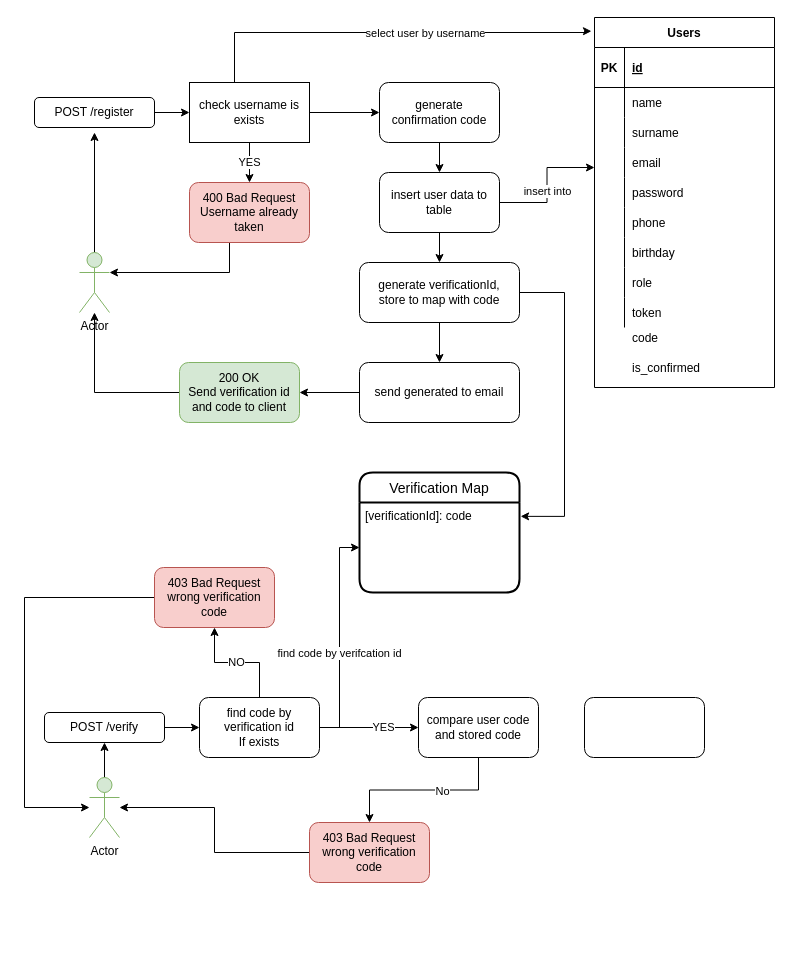
DATA-Juniors/specifications keeps this draw.io diagram as Faveo/API Specification/Диаграмма без названия.drawio. Above is the earlier version. Source tidied: cells renumbered, new cells numbered last; positions are measured from the earlier drawing's top-left corner, leaving out a move shared by most shapes. Both pictures are drawn from the tidied source at 100%, with x=0, y=0 at pixel (24, 17).
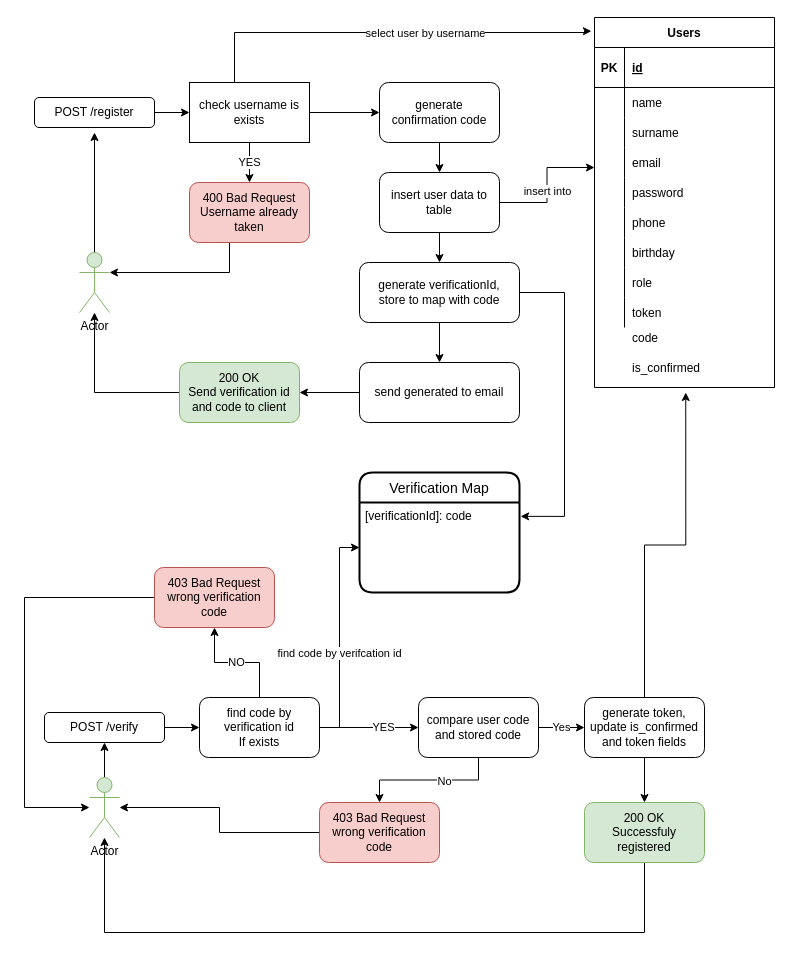
Above is the later version.

Unchanged cells that the change refers to:
```xml
<mxCell id="47" style="shape=tableRow;horizontal=0;startSize=0;swimlaneHead=0;swimlaneBody=0;fillColor=none;points=[[0,0.5],[1,0.5]];portConstraint=eastwest;top=0;left=0;right=0;bottom=0;" parent="1" vertex="1">
  <mxGeometry x="570" y="345" width="180" height="30" as="geometry" />
</mxCell>
<mxCell id="59" value="Actor" style="shape=umlActor;verticalLabelPosition=bottom;verticalAlign=top;html=1;outlineConnect=0;fillColor=#d5e8d4;strokeColor=#82b366;" parent="1" vertex="1">
  <mxGeometry x="65" y="760" width="30" height="60" as="geometry" />
</mxCell>
<mxCell id="72" value="compare user code and stored code" style="rounded=1;whiteSpace=wrap;html=1;" parent="1" vertex="1">
  <mxGeometry x="394" y="680" width="120" height="60" as="geometry" />
</mxCell>
```

Change to the diagram source:
```diff
@@
+    <mxCell id="78" value="Yes" style="edgeStyle=orthogonalEdgeStyle;rounded=0;jettySize=auto;html=1;entryX=0;entryY=0.5;entryDx=0;entryDy=0;" parent="1" edge="1" source="72" target="77">
+      <mxGeometry relative="1" as="geometry" />
+    </mxCell>
@@
     <mxCell id="76" value="403 Bad Request&lt;br style=&quot;border-color: var(--border-color);&quot;&gt;wrong verification code" style="rounded=1;whiteSpace=wrap;html=1;fillColor=#f8cecc;strokeColor=#b85450;" parent="1" vertex="1">
-      <mxGeometry x="285" y="805" width="120" height="60" as="geometry" />
+      <mxGeometry x="295" y="785" width="120" height="60" as="geometry" />
     </mxCell>
+    <mxCell id="79" style="edgeStyle=orthogonalEdgeStyle;rounded=0;jettySize=auto;html=1;entryX=0.507;entryY=1;entryDx=0;entryDy=0;entryPerimeter=0;" parent="1" edge="1" source="77" target="47">
+      <mxGeometry relative="1" as="geometry" />
+    </mxCell>
+    <mxCell id="80" style="edgeStyle=orthogonalEdgeStyle;rounded=0;jettySize=auto;html=1;entryX=0.5;entryY=0;entryDx=0;entryDy=0;" parent="1" edge="1" source="77" target="82">
+      <mxGeometry relative="1" as="geometry" />
+    </mxCell>
-    <mxCell id="77" style="rounded=1;whiteSpace=wrap;html=1;" parent="1" vertex="1">
+    <mxCell id="77" value="generate token, update is_confirmed and token fields" style="rounded=1;whiteSpace=wrap;html=1;" parent="1" vertex="1">
       <mxGeometry x="560" y="680" width="120" height="60" as="geometry" />
     </mxCell>
+    <mxCell id="81" style="edgeStyle=orthogonalEdgeStyle;rounded=0;jettySize=auto;html=1;" parent="1" edge="1" source="82" target="59">
+      <mxGeometry relative="1" as="geometry">
+        <Array as="points">
+          <mxPoint x="620" y="915" />
+          <mxPoint x="80" y="915" />
+        </Array>
+      </mxGeometry>
+    </mxCell>
+    <mxCell id="82" value="200 OK&lt;br&gt;Successfuly registered" style="rounded=1;whiteSpace=wrap;html=1;fillColor=#d5e8d4;strokeColor=#82b366;" parent="1" vertex="1">
+      <mxGeometry x="560" y="785" width="120" height="60" as="geometry" />
+    </mxCell>
```
